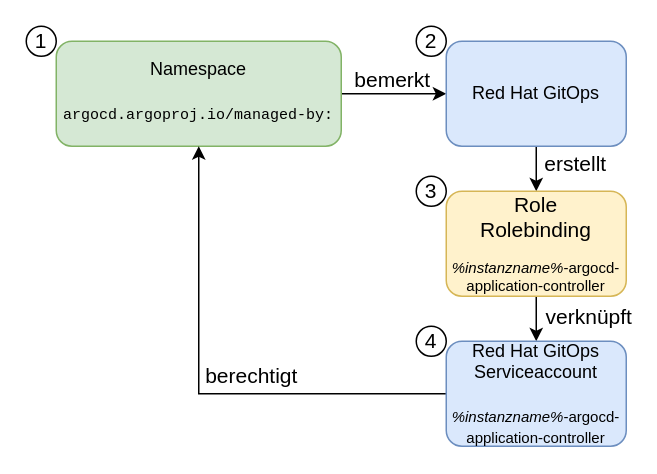
Before: page "Berechtigungsprozess" (2 of 3) of pictures/oneargo.drawio in saschasgit/rh-gitops_and_namespaces, a draw.io diagram. Source tidied: cells renumbered, new cells numbered last; positions are measured from the earlier drawing's top-left corner, leaving out a move shared by most shapes. Both pictures are drawn from the tidied source at 150%, with x=0, y=0 at pixel (26, 26).
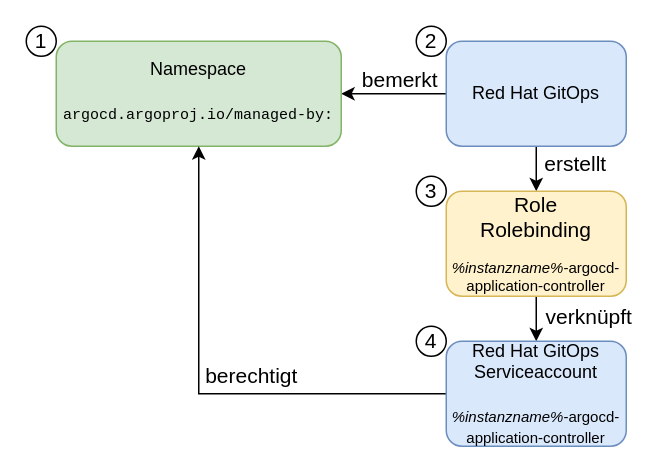
The same page after the edit.

Unchanged cells that the change refers to:
```xml
<mxCell id="4" value="Namespace&lt;br&gt;&lt;span style=&quot;color: rgba(0, 0, 0, 0); font-family: monospace; font-size: 0px; text-align: start;&quot;&gt;%3CmxGraphModel%3E%3Croot%3E%3CmxCell%20id%3D%220%22%2F%3E%3CmxCell%20id%3D%221%22%20parent%3D%220%22%2F%3E%3CmxCell%20id%3D%222%22%20value%3D%22Namespace%22%20style%3D%22rounded%3D1%3BwhiteSpace%3Dwrap%3Bhtml%3D1%3BfillColor%3D%23d5e8d4%3BstrokeColor%3D%2382b366%3B%22%20vertex%3D%221%22%20parent%3D%221%22%3E%3CmxGeometry%20x%3D%22302%22%20y%3D%22300%22%20width%3D%22120%22%20height%3D%2260%22%20as%3D%22geometry%22%2F%3E%3C%2FmxCell%3E%3C%2Froot%3E%3C%2FmxGraphModel%3E&lt;br&gt;&lt;/span&gt;&lt;div style=&quot;font-family: Consolas, &amp;quot;Courier New&amp;quot;, monospace; line-height: 19px;&quot;&gt;&lt;font style=&quot;font-size: 10px;&quot;&gt;argocd.argoproj.io/managed-by:&lt;/font&gt;&lt;/div&gt;" style="rounded=1;whiteSpace=wrap;html=1;fillColor=#d5e8d4;strokeColor=#82b366;" parent="1" vertex="1">
  <mxGeometry x="20" y="10" width="190" height="70" as="geometry" />
</mxCell>
<mxCell id="7" value="Red Hat GitOps" style="rounded=1;whiteSpace=wrap;html=1;fillColor=#dae8fc;strokeColor=#6c8ebf;verticalAlign=middle;" parent="1" vertex="1">
  <mxGeometry x="280" y="10" width="120" height="70" as="geometry" />
</mxCell>
```

Change to the diagram source:
```diff
@@
-    <mxCell id="2" style="edgeStyle=orthogonalEdgeStyle;rounded=0;jettySize=auto;html=1;fontFamily=Helvetica;fontSize=14;fontColor=#000000;" parent="1" edge="1" source="4" target="7">
+    <mxCell id="2" style="edgeStyle=orthogonalEdgeStyle;rounded=0;jettySize=auto;html=1;fontFamily=Helvetica;fontSize=14;fontColor=#000000;entryX=1;entryY=0.5;entryDx=0;entryDy=0;exitX=0;exitY=0.5;exitDx=0;exitDy=0;" parent="1" edge="1" source="7" target="4">
       <mxGeometry relative="1" as="geometry" />
     </mxCell>
     <mxCell id="3" value="bemerkt" style="edgeLabel;html=1;align=center;verticalAlign=middle;fontSize=14;fontFamily=Helvetica;fontColor=#000000;" parent="2" vertex="1">
       <mxGeometry x="-0.7" relative="1" as="geometry">
-        <mxPoint x="22" y="-10" as="offset" />
+        <mxPoint x="-21" y="-10" as="offset" />
       </mxGeometry>
     </mxCell>
```
